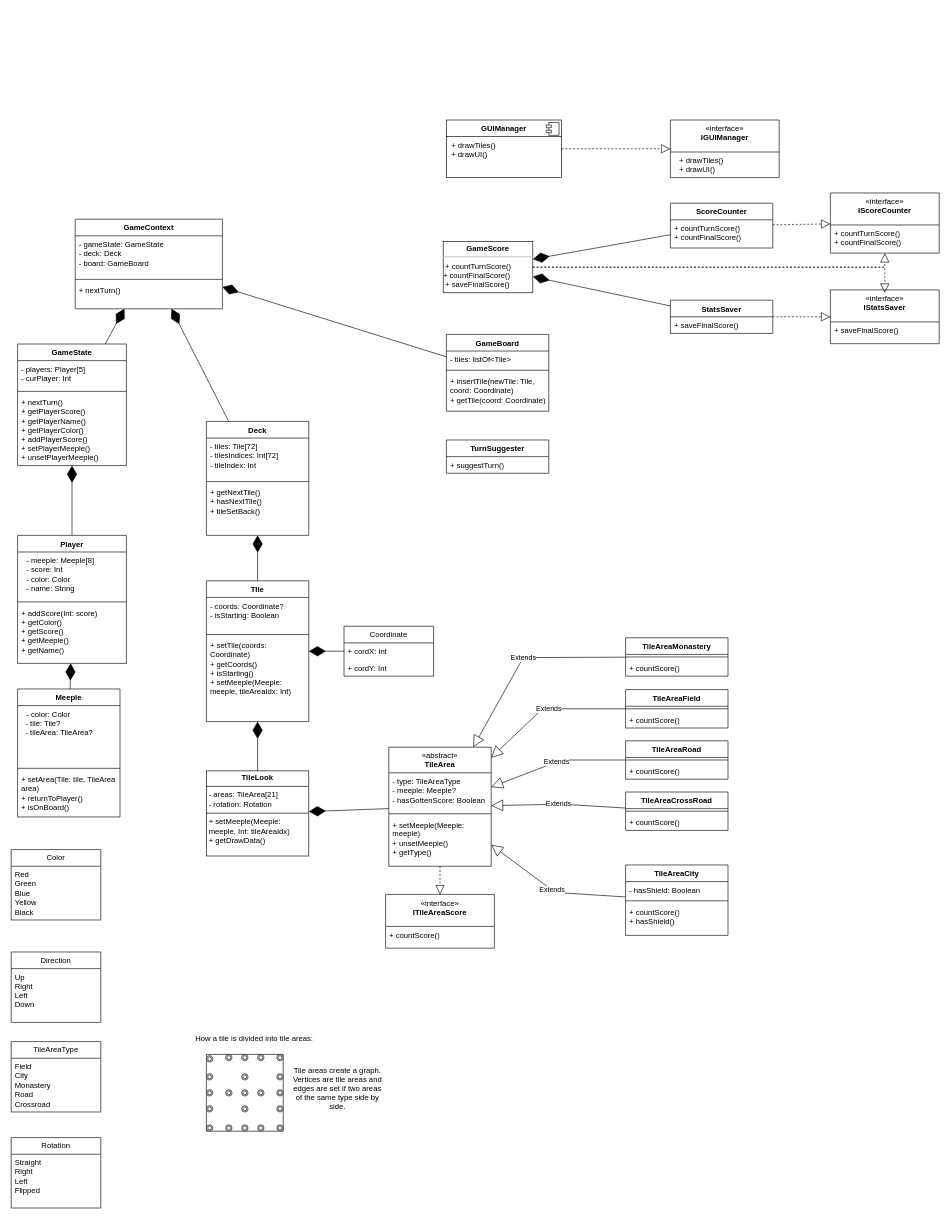
Above: carcassone.drawio in energyc0/carcassone-spbu (draw.io), before the change. Source tidied: cells renumbered, new cells numbered last; positions are measured from the earlier drawing's top-left corner, leaving out a move shared by most shapes. Both pictures are drawn from the tidied source at 64%, with x=0, y=0 at pixel (11, 120).
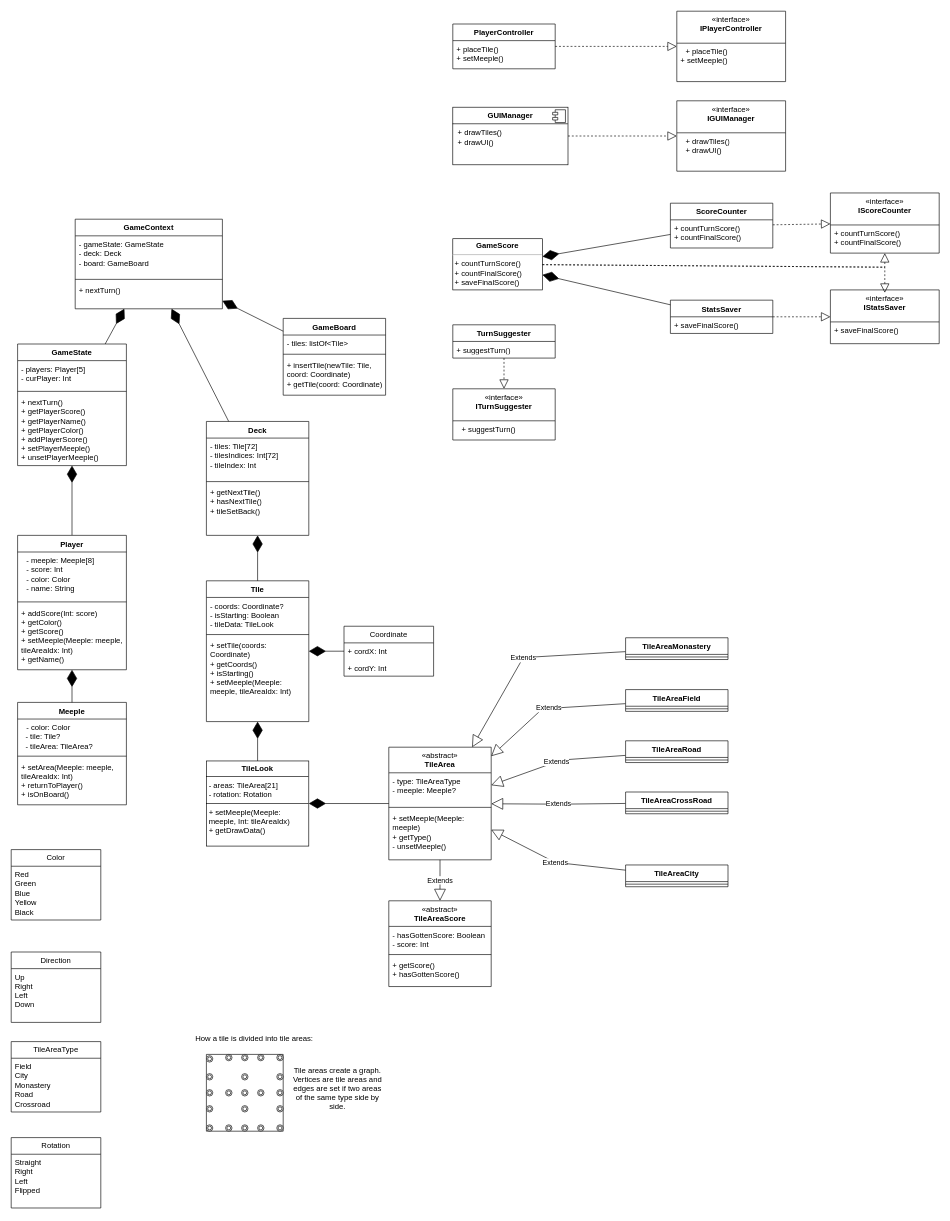
Above is the later version.

Commit message:
docs(arch): added PlayerController class, changed Tile class representation

The change refers to these unchanged cells:
```xml
<mxCell id="2" value="TIle" style="swimlane;fontStyle=1;align=center;verticalAlign=top;horizontal=1;startSize=26;whiteSpace=wrap;html=1;" parent="1" vertex="1">
  <mxGeometry x="305" y="720" width="160" height="220" as="geometry" />
</mxCell>
```

What changed in the source:
```diff
@@
-    <mxCell id="3" value="&lt;div&gt;&lt;span style=&quot;background-color: transparent; color: light-dark(rgb(0, 0, 0), rgb(255, 255, 255));&quot;&gt;- coords: Coordinate?&lt;/span&gt;&lt;/div&gt;&lt;div&gt;- isStarting: Boolean&lt;/div&gt;" style="text;strokeColor=none;fillColor=none;align=left;verticalAlign=top;spacingLeft=4;spacingRight=4;overflow=hidden;whiteSpace=wrap;html=1;" parent="2" vertex="1">
+    <mxCell id="3" value="&lt;div&gt;&lt;span style=&quot;background-color: transparent; color: light-dark(rgb(0, 0, 0), rgb(255, 255, 255));&quot;&gt;- coords: Coordinate?&lt;/span&gt;&lt;/div&gt;&lt;div&gt;- isStarting: Boolean&lt;/div&gt;&lt;div&gt;- tileData: TileLook&lt;/div&gt;" style="text;strokeColor=none;fillColor=none;align=left;verticalAlign=top;spacingLeft=4;spacingRight=4;overflow=hidden;whiteSpace=wrap;html=1;" parent="2" vertex="1">
       <mxGeometry y="26" width="160" height="54" as="geometry" />
     </mxCell>
@@
     <mxCell id="6" value="&lt;div&gt;&lt;div&gt;&lt;span style=&quot;font-weight: 400;&quot;&gt;«abstract»&lt;/span&gt;&lt;/div&gt;&lt;/div&gt;TileArea&lt;div&gt;&lt;br&gt;&lt;/div&gt;" style="swimlane;fontStyle=1;align=center;verticalAlign=top;horizontal=1;startSize=40;whiteSpace=wrap;html=1;" parent="1" vertex="1">
-      <mxGeometry x="590" y="980" width="160" height="186" as="geometry" />
+      <mxGeometry x="590" y="980" width="160" height="176" as="geometry" />
     </mxCell>
-    <mxCell id="7" value="&lt;div&gt;- type: TileAreaType&lt;/div&gt;&lt;div&gt;- meeple: Meeple?&lt;/div&gt;&lt;div&gt;- hasGottenScore: Boolean&lt;/div&gt;" style="text;strokeColor=none;fillColor=none;align=left;verticalAlign=top;spacingLeft=4;spacingRight=4;overflow=hidden;whiteSpace=wrap;html=1;" parent="6" vertex="1">
-      <mxGeometry y="40" width="160" height="60" as="geometry" />
+    <mxCell id="7" value="&lt;div&gt;- type: TileAreaType&lt;/div&gt;&lt;div&gt;- meeple: Meeple?&lt;/div&gt;" style="text;strokeColor=none;fillColor=none;align=left;verticalAlign=top;spacingLeft=4;spacingRight=4;overflow=hidden;whiteSpace=wrap;html=1;" parent="6" vertex="1">
+      <mxGeometry y="40" width="160" height="50" as="geometry" />
     </mxCell>
     <mxCell id="8" style="line;strokeWidth=1;fillColor=none;align=left;verticalAlign=middle;spacingTop=-1;spacingLeft=3;spacingRight=3;labelPosition=right;strokeColor=inherit;" parent="6" vertex="1">
-      <mxGeometry y="100" width="160" height="8" as="geometry" />
+      <mxGeometry y="90" width="160" height="8" as="geometry" />
     </mxCell>
-    <mxCell id="9" value="&lt;div&gt;+ setMeeple(Meeple: meeple)&lt;/div&gt;&lt;div&gt;+ unsetMeeple()&lt;/div&gt;&lt;div&gt;+ getType()&lt;/div&gt;" style="text;strokeColor=none;fillColor=none;align=left;verticalAlign=top;spacingLeft=4;spacingRight=4;overflow=hidden;whiteSpace=wrap;html=1;" parent="6" vertex="1">
-      <mxGeometry y="108" width="160" height="78" as="geometry" />
+    <mxCell id="9" value="&lt;div&gt;+ setMeeple(Meeple: meeple)&lt;/div&gt;&lt;div&gt;&lt;span style=&quot;background-color: transparent; color: light-dark(rgb(0, 0, 0), rgb(255, 255, 255));&quot;&gt;+ getType()&lt;/span&gt;&lt;/div&gt;&lt;div&gt;- unsetMeeple()&lt;span style=&quot;background-color: transparent; color: light-dark(rgb(0, 0, 0), rgb(255, 255, 255));&quot;&gt;&lt;/span&gt;&lt;/div&gt;" style="text;strokeColor=none;fillColor=none;align=left;verticalAlign=top;spacingLeft=4;spacingRight=4;overflow=hidden;whiteSpace=wrap;html=1;" parent="6" vertex="1">
+      <mxGeometry y="98" width="160" height="78" as="geometry" />
     </mxCell>
@@
     <mxCell id="29" value="&lt;p style=&quot;margin:0px;margin-top:6px;text-align:center;&quot;&gt;&lt;b&gt;GUIManager&lt;/b&gt;&lt;/p&gt;&lt;hr size=&quot;1&quot; style=&quot;border-style:solid;&quot;&gt;&lt;p style=&quot;margin:0px;margin-left:8px;&quot;&gt;+ drawTiles()&lt;/p&gt;&lt;p style=&quot;margin:0px;margin-left:8px;&quot;&gt;+ drawUI()&lt;/p&gt;" style="align=left;overflow=fill;html=1;whiteSpace=wrap;" parent="1" vertex="1">
-      <mxGeometry x="680" width="180" height="90" as="geometry" />
+      <mxGeometry x="690" y="-20" width="180" height="90" as="geometry" />
     </mxCell>
@@
     <mxCell id="39" value="GameBoard" style="swimlane;fontStyle=1;align=center;verticalAlign=top;horizontal=1;startSize=26;whiteSpace=wrap;html=1;" parent="1" vertex="1">
-      <mxGeometry x="680" y="335" width="160" height="120" as="geometry" />
+      <mxGeometry x="425" y="310" width="160" height="120" as="geometry" />
     </mxCell>
@@
     <mxCell id="55" value="Meeple" style="swimlane;fontStyle=1;align=center;verticalAlign=top;horizontal=1;startSize=26;whiteSpace=wrap;html=1;" parent="1" vertex="1">
-      <mxGeometry x="10" y="889" width="160" height="200" as="geometry" />
+      <mxGeometry x="10" y="910" width="170" height="160" as="geometry" />
     </mxCell>
     <mxCell id="56" value="&lt;p style=&quot;margin:0px;margin-left:8px;&quot;&gt;- color: Color&lt;/p&gt;&lt;div&gt;&amp;nbsp; - tile: Tile?&lt;/div&gt;&lt;div&gt;&amp;nbsp; - tileArea: TileArea?&lt;/div&gt;" style="text;strokeColor=none;fillColor=none;align=left;verticalAlign=top;spacingLeft=4;spacingRight=4;overflow=hidden;whiteSpace=wrap;html=1;" parent="55" vertex="1">
-      <mxGeometry y="26" width="160" height="94" as="geometry" />
+      <mxGeometry y="26" width="170" height="54" as="geometry" />
     </mxCell>
     <mxCell id="57" style="line;strokeWidth=1;fillColor=none;align=left;verticalAlign=middle;spacingTop=-1;spacingLeft=3;spacingRight=3;labelPosition=right;strokeColor=inherit;" parent="55" vertex="1">
-      <mxGeometry y="120" width="160" height="8" as="geometry" />
+      <mxGeometry y="80" width="170" height="8" as="geometry" />
     </mxCell>
-    <mxCell id="58" value="&lt;div&gt;+ setArea(Tile: tile, TileArea area)&lt;/div&gt;&lt;div&gt;+ returnToPlayer()&lt;/div&gt;&lt;div&gt;+ isOnBoard()&lt;/div&gt;" style="text;strokeColor=none;fillColor=none;align=left;verticalAlign=top;spacingLeft=4;spacingRight=4;overflow=hidden;whiteSpace=wrap;html=1;" parent="55" vertex="1">
-      <mxGeometry y="128" width="160" height="72" as="geometry" />
+    <mxCell id="58" value="&lt;div&gt;+ setArea(Meeple: meeple, tileAreaIdx: Int)&lt;/div&gt;&lt;div&gt;+ returnToPlayer()&lt;/div&gt;&lt;div&gt;+ isOnBoard()&lt;/div&gt;" style="text;strokeColor=none;fillColor=none;align=left;verticalAlign=top;spacingLeft=4;spacingRight=4;overflow=hidden;whiteSpace=wrap;html=1;" parent="55" vertex="1">
+      <mxGeometry y="88" width="170" height="72" as="geometry" />
     </mxCell>
@@
     <mxCell id="64" value="Player" style="swimlane;fontStyle=1;align=center;verticalAlign=top;horizontal=1;startSize=26;whiteSpace=wrap;html=1;" parent="1" vertex="1">
-      <mxGeometry x="10" y="649" width="170" height="200" as="geometry" />
+      <mxGeometry x="10" y="649" width="170" height="210" as="geometry" />
     </mxCell>
@@
-    <mxCell id="67" value="&lt;div&gt;+ addScore(Int: score)&lt;/div&gt;&lt;div&gt;+ getColor()&lt;/div&gt;&lt;div&gt;+ getScore()&lt;/div&gt;&lt;div&gt;+ getMeeple()&lt;/div&gt;&lt;div&gt;+ getName()&lt;/div&gt;" style="text;strokeColor=none;fillColor=none;align=left;verticalAlign=top;spacingLeft=4;spacingRight=4;overflow=hidden;whiteSpace=wrap;html=1;" parent="64" vertex="1">
-      <mxGeometry y="108" width="170" height="92" as="geometry" />
+    <mxCell id="67" value="&lt;div&gt;+ addScore(Int: score)&lt;/div&gt;&lt;div&gt;+ getColor()&lt;/div&gt;&lt;div&gt;+ getScore()&lt;/div&gt;&lt;div&gt;&lt;span style=&quot;background-color: transparent; color: light-dark(rgb(0, 0, 0), rgb(255, 255, 255));&quot;&gt;+ setMeeple(Meeple: meeple, tileAreaIdx: Int)&lt;/span&gt;&lt;/div&gt;&lt;div&gt;&lt;span style=&quot;background-color: transparent; color: light-dark(rgb(0, 0, 0), rgb(255, 255, 255));&quot;&gt;+ getName()&lt;/span&gt;&lt;/div&gt;" style="text;strokeColor=none;fillColor=none;align=left;verticalAlign=top;spacingLeft=4;spacingRight=4;overflow=hidden;whiteSpace=wrap;html=1;" parent="64" vertex="1">
+      <mxGeometry y="108" width="170" height="102" as="geometry" />
     </mxCell>
@@
     <mxCell id="72" value="TurnSuggester" style="swimlane;fontStyle=1;align=center;verticalAlign=top;horizontal=1;startSize=26;whiteSpace=wrap;html=1;" parent="1" vertex="1">
-      <mxGeometry x="680" y="500" width="160" height="52" as="geometry" />
+      <mxGeometry x="690" y="320" width="160" height="52" as="geometry" />
     </mxCell>
@@
     <mxCell id="76" value="TileAreaCity" style="swimlane;fontStyle=1;align=center;verticalAlign=top;horizontal=1;startSize=26;whiteSpace=wrap;html=1;" parent="1" vertex="1">
-      <mxGeometry x="960" y="1164" width="160" height="110" as="geometry" />
+      <mxGeometry x="960" y="1164" width="160" height="34" as="geometry" />
     </mxCell>
-    <mxCell id="77" value="- hasShield: Boolean" style="text;strokeColor=none;fillColor=none;align=left;verticalAlign=top;spacingLeft=4;spacingRight=4;overflow=hidden;whiteSpace=wrap;html=1;" parent="76" vertex="1">
-      <mxGeometry y="26" width="160" height="26" as="geometry" />
-    </mxCell>
     <mxCell id="78" style="line;strokeWidth=1;fillColor=none;align=left;verticalAlign=middle;spacingTop=-1;spacingLeft=3;spacingRight=3;labelPosition=right;strokeColor=inherit;" parent="76" vertex="1">
-      <mxGeometry y="52" width="160" height="8" as="geometry" />
+      <mxGeometry y="26" width="160" height="8" as="geometry" />
     </mxCell>
-    <mxCell id="79" value="&lt;div&gt;+ countScore()&lt;/div&gt;+ hasShield()" style="text;strokeColor=none;fillColor=none;align=left;verticalAlign=top;spacingLeft=4;spacingRight=4;overflow=hidden;whiteSpace=wrap;html=1;" parent="76" vertex="1">
-      <mxGeometry y="60" width="160" height="50" as="geometry" />
-    </mxCell>
     <mxCell id="80" value="Extends" style="endArrow=block;endSize=16;endFill=0;html=1;rounded=0;" parent="1" edge="1" source="76" target="6">
       <mxGeometry relative="1" as="geometry">
         <Array as="points">
-          <mxPoint x="850" y="1207" />
+          <mxPoint x="850" y="1160" />
         </Array>
       </mxGeometry>
     </mxCell>
-    <mxCell id="81" value="&lt;p style=&quot;margin:0px;margin-top:4px;text-align:center;&quot;&gt;&lt;b&gt;GameScore&lt;/b&gt;&lt;/p&gt;&lt;hr&gt;&amp;nbsp;+ countTurnScore()&lt;div&gt;+ countFinalScore()&lt;br&gt;&lt;div&gt;&amp;nbsp;+ saveFinalScore()&lt;/div&gt;&lt;/div&gt;" style="verticalAlign=top;align=left;overflow=fill;html=1;whiteSpace=wrap;" parent="1" vertex="1">
-      <mxGeometry x="675" y="190" width="140" height="80" as="geometry" />
+    <mxCell id="81" value="&lt;p style=&quot;margin:0px;margin-top:4px;text-align:center;&quot;&gt;&lt;b&gt;GameScore&lt;/b&gt;&lt;/p&gt;&lt;hr&gt;&amp;nbsp;+ countTurnScore()&lt;div&gt;&amp;nbsp;+ countFinalScore()&lt;br&gt;&lt;div&gt;&amp;nbsp;+ saveFinalScore()&lt;/div&gt;&lt;/div&gt;" style="verticalAlign=top;align=left;overflow=fill;html=1;whiteSpace=wrap;" parent="1" vertex="1">
+      <mxGeometry x="690" y="185.5" width="140" height="80" as="geometry" />
     </mxCell>
@@
     <mxCell id="95" value="&lt;div&gt;&lt;span style=&quot;font-weight: 400;&quot;&gt;«interface»&lt;/span&gt;&lt;/div&gt;IGUIManager" style="swimlane;fontStyle=1;align=center;verticalAlign=top;horizontal=1;startSize=50;whiteSpace=wrap;html=1;" parent="1" vertex="1">
-      <mxGeometry x="1030" width="170" height="90" as="geometry" />
+      <mxGeometry x="1040" y="-30" width="170" height="110" as="geometry" />
     </mxCell>
     <mxCell id="96" value="&lt;p style=&quot;margin: 0px 0px 0px 8px;&quot;&gt;+ drawTiles()&lt;/p&gt;&lt;p style=&quot;margin: 0px 0px 0px 8px;&quot;&gt;+ drawUI()&lt;/p&gt;" style="text;strokeColor=none;fillColor=none;align=left;verticalAlign=top;spacingLeft=4;spacingRight=4;overflow=hidden;whiteSpace=wrap;html=1;" parent="95" vertex="1">
-      <mxGeometry y="50" width="170" height="40" as="geometry" />
+      <mxGeometry y="50" width="170" height="60" as="geometry" />
     </mxCell>
@@
-    <mxCell id="98" value="&lt;div&gt;&lt;span style=&quot;font-weight: 400;&quot;&gt;«interface»&lt;/span&gt;&lt;/div&gt;ITileAreaScore" style="swimlane;fontStyle=1;align=center;verticalAlign=top;horizontal=1;startSize=50;whiteSpace=wrap;html=1;" parent="1" vertex="1">
-      <mxGeometry x="585" y="1210" width="170" height="84" as="geometry" />
-    </mxCell>
-    <mxCell id="99" value="&lt;div&gt;+ countScore()&lt;/div&gt;" style="text;strokeColor=none;fillColor=none;align=left;verticalAlign=top;spacingLeft=4;spacingRight=4;overflow=hidden;whiteSpace=wrap;html=1;" parent="98" vertex="1">
-      <mxGeometry y="50" width="170" height="34" as="geometry" />
-    </mxCell>
@@
-    <mxCell id="104" style="endArrow=block;dashed=1;endFill=0;endSize=12;html=1;rounded=0;" parent="1" edge="1" source="6" target="98">
-      <mxGeometry relative="1" as="geometry" />
-    </mxCell>
@@
     <mxCell id="109" value="TileAreaMonastery" style="swimlane;fontStyle=1;align=center;verticalAlign=top;horizontal=1;startSize=26;whiteSpace=wrap;html=1;" parent="1" vertex="1">
-      <mxGeometry x="960" y="809" width="160" height="60" as="geometry" />
+      <mxGeometry x="960" y="809" width="160" height="34" as="geometry" />
     </mxCell>
@@
-    <mxCell id="111" value="+ countScore()" style="text;strokeColor=none;fillColor=none;align=left;verticalAlign=top;spacingLeft=4;spacingRight=4;overflow=hidden;whiteSpace=wrap;html=1;" parent="109" vertex="1">
-      <mxGeometry y="34" width="160" height="26" as="geometry" />
-    </mxCell>
     <mxCell id="112" value="TileAreaRoad" style="swimlane;fontStyle=1;align=center;verticalAlign=top;horizontal=1;startSize=26;whiteSpace=wrap;html=1;" parent="1" vertex="1">
-      <mxGeometry x="960" y="970" width="160" height="60" as="geometry" />
+      <mxGeometry x="960" y="970" width="160" height="34" as="geometry" />
     </mxCell>
@@
-    <mxCell id="114" value="+ countScore()" style="text;strokeColor=none;fillColor=none;align=left;verticalAlign=top;spacingLeft=4;spacingRight=4;overflow=hidden;whiteSpace=wrap;html=1;" parent="112" vertex="1">
-      <mxGeometry y="34" width="160" height="26" as="geometry" />
-    </mxCell>
     <mxCell id="115" value="TileAreaCrossRoad" style="swimlane;fontStyle=1;align=center;verticalAlign=top;horizontal=1;startSize=26;whiteSpace=wrap;html=1;" parent="1" vertex="1">
-      <mxGeometry x="960" y="1050" width="160" height="60" as="geometry" />
+      <mxGeometry x="960" y="1050" width="160" height="34" as="geometry" />
     </mxCell>
@@
-    <mxCell id="117" value="+ countScore()" style="text;strokeColor=none;fillColor=none;align=left;verticalAlign=top;spacingLeft=4;spacingRight=4;overflow=hidden;whiteSpace=wrap;html=1;" parent="115" vertex="1">
-      <mxGeometry y="34" width="160" height="26" as="geometry" />
-    </mxCell>
     <mxCell id="118" value="TileAreaField" style="swimlane;fontStyle=1;align=center;verticalAlign=top;horizontal=1;startSize=26;whiteSpace=wrap;html=1;" parent="1" vertex="1">
-      <mxGeometry x="960" y="890" width="160" height="60" as="geometry" />
+      <mxGeometry x="960" y="890" width="160" height="34" as="geometry" />
     </mxCell>
@@
-    <mxCell id="120" value="+ countScore()" style="text;strokeColor=none;fillColor=none;align=left;verticalAlign=top;spacingLeft=4;spacingRight=4;overflow=hidden;whiteSpace=wrap;html=1;" parent="118" vertex="1">
-      <mxGeometry y="34" width="160" height="26" as="geometry" />
-    </mxCell>
     <mxCell id="121" value="&lt;p style=&quot;margin:0px;margin-top:4px;text-align:center;&quot;&gt;&lt;b&gt;TileLook&lt;/b&gt;&lt;/p&gt;&lt;hr size=&quot;1&quot; style=&quot;border-style:solid;&quot;&gt;&lt;p style=&quot;margin:0px;margin-left:4px;&quot;&gt;&lt;span style=&quot;background-color: transparent; color: light-dark(rgb(0, 0, 0), rgb(255, 255, 255));&quot;&gt;- areas: TileArea[21]&lt;/span&gt;&lt;/p&gt;&lt;p style=&quot;margin:0px;margin-left:4px;&quot;&gt;&lt;span style=&quot;background-color: transparent; color: light-dark(rgb(0, 0, 0), rgb(255, 255, 255));&quot;&gt;- rotation: Rotation&lt;/span&gt;&lt;/p&gt;&lt;hr size=&quot;1&quot; style=&quot;border-style:solid;&quot;&gt;&lt;p style=&quot;margin:0px;margin-left:4px;&quot;&gt;+ setMeeple(Meeple: meeple, Int: tileAreaIdx)&lt;/p&gt;&lt;p style=&quot;margin:0px;margin-left:4px;&quot;&gt;+ getDrawData()&lt;/p&gt;" style="verticalAlign=top;align=left;overflow=fill;html=1;whiteSpace=wrap;" parent="1" vertex="1">
-      <mxGeometry x="305" y="1017" width="160" height="133" as="geometry" />
+      <mxGeometry x="305" y="1001.5" width="160" height="133" as="geometry" />
     </mxCell>
@@
+    <mxCell id="125" value="&lt;div&gt;&lt;span style=&quot;font-weight: 400;&quot;&gt;«abstract»&lt;/span&gt;&lt;/div&gt;TileAreaScore" style="swimlane;fontStyle=1;align=center;verticalAlign=top;horizontal=1;startSize=40;whiteSpace=wrap;html=1;" parent="1" vertex="1">
+      <mxGeometry x="590" y="1220" width="160" height="134" as="geometry" />
+    </mxCell>
+    <mxCell id="126" value="- hasGottenScore: Boolean&lt;div&gt;- score: Int&lt;/div&gt;" style="text;strokeColor=none;fillColor=none;align=left;verticalAlign=top;spacingLeft=4;spacingRight=4;overflow=hidden;whiteSpace=wrap;html=1;" parent="125" vertex="1">
+      <mxGeometry y="40" width="160" height="40" as="geometry" />
+    </mxCell>
+    <mxCell id="127" style="line;strokeWidth=1;fillColor=none;align=left;verticalAlign=middle;spacingTop=-1;spacingLeft=3;spacingRight=3;labelPosition=right;strokeColor=inherit;" parent="125" vertex="1">
+      <mxGeometry y="80" width="160" height="8" as="geometry" />
+    </mxCell>
+    <mxCell id="128" value="+ getScore()&lt;div&gt;+ hasGottenScore()&lt;/div&gt;" style="text;strokeColor=none;fillColor=none;align=left;verticalAlign=top;spacingLeft=4;spacingRight=4;overflow=hidden;whiteSpace=wrap;html=1;" parent="125" vertex="1">
+      <mxGeometry y="88" width="160" height="46" as="geometry" />
+    </mxCell>
+    <mxCell id="129" value="Extends" style="endArrow=block;endSize=16;endFill=0;html=1;rounded=0;" parent="1" edge="1" source="6" target="125">
+      <mxGeometry relative="1" as="geometry" />
+    </mxCell>
+    <mxCell id="130" value="PlayerController" style="swimlane;fontStyle=1;align=center;verticalAlign=top;horizontal=1;startSize=26;whiteSpace=wrap;html=1;" parent="1" vertex="1">
+      <mxGeometry x="690" y="-150" width="160" height="70" as="geometry" />
+    </mxCell>
+    <mxCell id="131" value="+ placeTile()&lt;div&gt;+ setMeeple()&lt;/div&gt;" style="text;strokeColor=none;fillColor=none;align=left;verticalAlign=top;spacingLeft=4;spacingRight=4;overflow=hidden;whiteSpace=wrap;html=1;" parent="130" vertex="1">
+      <mxGeometry y="26" width="160" height="44" as="geometry" />
+    </mxCell>
+    <mxCell id="132" value="&lt;div&gt;&lt;span style=&quot;font-weight: 400;&quot;&gt;«interface»&lt;/span&gt;&lt;/div&gt;IPlayerController" style="swimlane;fontStyle=1;align=center;verticalAlign=top;horizontal=1;startSize=50;whiteSpace=wrap;html=1;" parent="1" vertex="1">
+      <mxGeometry x="1040" y="-170" width="170" height="110" as="geometry" />
+    </mxCell>
+    <mxCell id="133" value="&lt;p style=&quot;margin: 0px 0px 0px 8px;&quot;&gt;+ placeTile()&lt;/p&gt;&lt;div&gt;+ setMeeple()&lt;/div&gt;" style="text;strokeColor=none;fillColor=none;align=left;verticalAlign=top;spacingLeft=4;spacingRight=4;overflow=hidden;whiteSpace=wrap;html=1;" parent="132" vertex="1">
+      <mxGeometry y="50" width="170" height="60" as="geometry" />
+    </mxCell>
+    <mxCell id="134" style="endArrow=block;dashed=1;endFill=0;endSize=12;html=1;rounded=0;" parent="1" edge="1" source="130" target="132">
+      <mxGeometry relative="1" as="geometry" />
+    </mxCell>
+    <mxCell id="135" value="&lt;div&gt;&lt;span style=&quot;font-weight: 400;&quot;&gt;«interface»&lt;/span&gt;&lt;/div&gt;ITurnSuggester" style="swimlane;fontStyle=1;align=center;verticalAlign=top;horizontal=1;startSize=50;whiteSpace=wrap;html=1;" parent="1" vertex="1">
+      <mxGeometry x="690" y="420" width="160" height="80" as="geometry" />
+    </mxCell>
+    <mxCell id="136" value="&lt;p style=&quot;margin: 0px 0px 0px 8px;&quot;&gt;+ suggestTurn()&lt;/p&gt;" style="text;strokeColor=none;fillColor=none;align=left;verticalAlign=top;spacingLeft=4;spacingRight=4;overflow=hidden;whiteSpace=wrap;html=1;" parent="135" vertex="1">
+      <mxGeometry y="50" width="160" height="30" as="geometry" />
+    </mxCell>
+    <mxCell id="137" style="endArrow=block;dashed=1;endFill=0;endSize=12;html=1;rounded=0;" parent="1" edge="1" source="72" target="135">
+      <mxGeometry relative="1" as="geometry" />
+    </mxCell>
```
